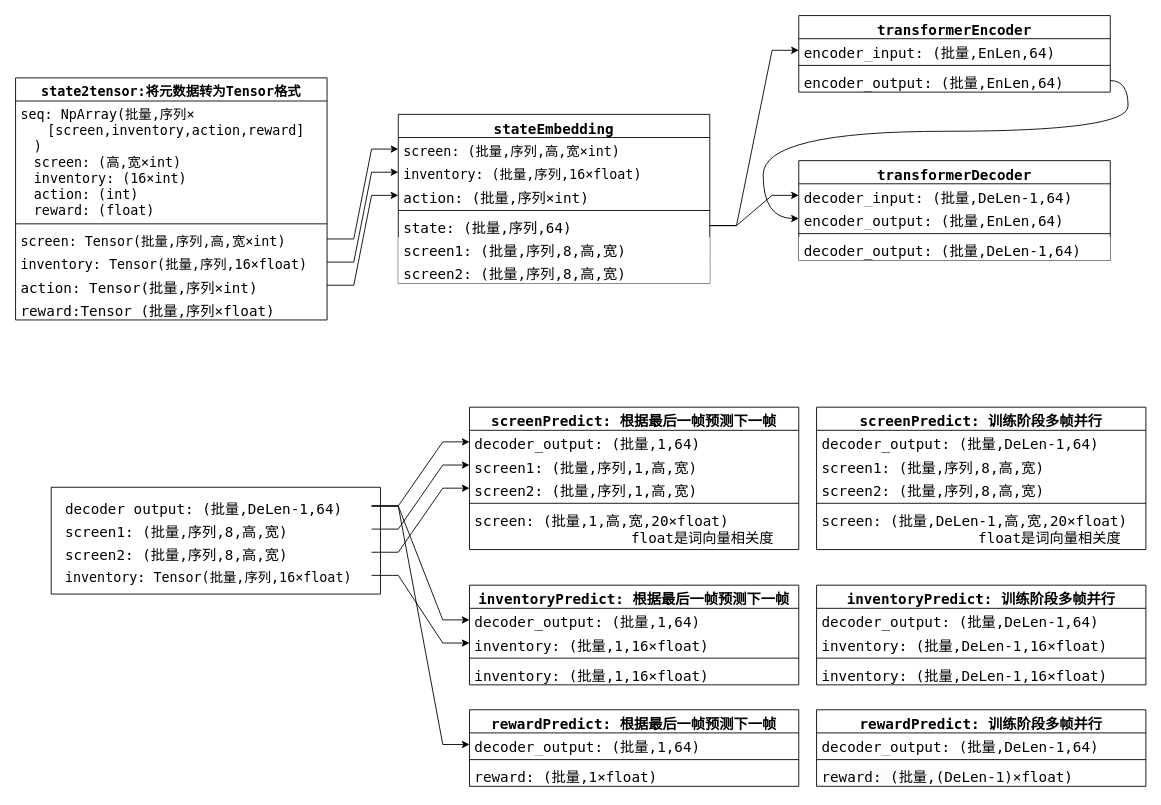
The draw.io diagram Craft游戏智能体-python计算图.drawio in AshlenBin/Draw-io, before the edit. Source tidied: cells renumbered, new cells numbered last; positions are measured from the earlier drawing's top-left corner, leaving out a move shared by most shapes. Both pictures are drawn from the tidied source at 89%, with x=0, y=0 at pixel (15, 15).
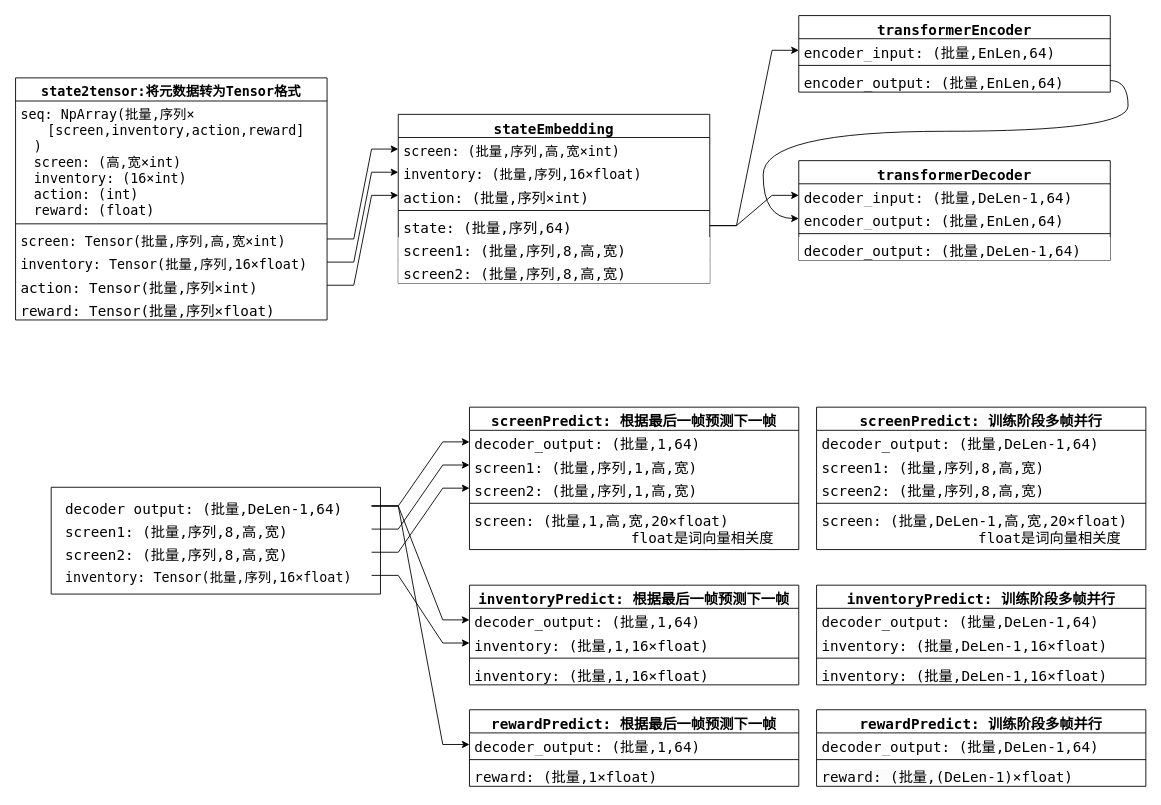
After the change.

Commit message:
更新Craft游戏智能体-python计算图.drawio

Unchanged cells that the change refers to:
```xml
<mxCell id="2" value="&lt;span style=&quot;background-color: rgba(255, 255, 255, 0.01);&quot;&gt;state2tensor:将元数据转为Tensor格式&lt;/span&gt;" style="swimlane;fontStyle=1;align=center;verticalAlign=top;horizontal=1;startSize=26;html=1;fontFamily=Lucida Console;whiteSpace=wrap;fontColor=light-dark(default, #f0f0f0);fontSize=15;" parent="1" vertex="1">
  <mxGeometry y="70" width="350" height="272" as="geometry" />
</mxCell>
```

What changed in the source:
```diff
@@
-    <mxCell id="8" value="&lt;span style=&quot;font-size: 16px; background-color: rgba(255, 255, 255, 0.01);&quot;&gt;reward:Tensor&amp;nbsp;(批量,序列×float)&lt;/span&gt;" style="text;strokeColor=none;fillColor=none;align=left;verticalAlign=top;spacingLeft=4;spacingRight=4;overflow=hidden;whiteSpace=wrap;html=1;fontFamily=Lucida Console;fontColor=light-dark(default, #f0f0f0);fontSize=15;" parent="2" vertex="1">
+    <mxCell id="8" value="&lt;span style=&quot;font-size: 16px; background-color: rgba(255, 255, 255, 0.01);&quot;&gt;reward: Tensor(批量,序列×float)&lt;/span&gt;" style="text;strokeColor=none;fillColor=none;align=left;verticalAlign=top;spacingLeft=4;spacingRight=4;overflow=hidden;whiteSpace=wrap;html=1;fontFamily=Lucida Console;fontColor=light-dark(default, #f0f0f0);fontSize=15;" parent="2" vertex="1">
       <mxGeometry y="246" width="350" height="26" as="geometry" />
     </mxCell>
```
